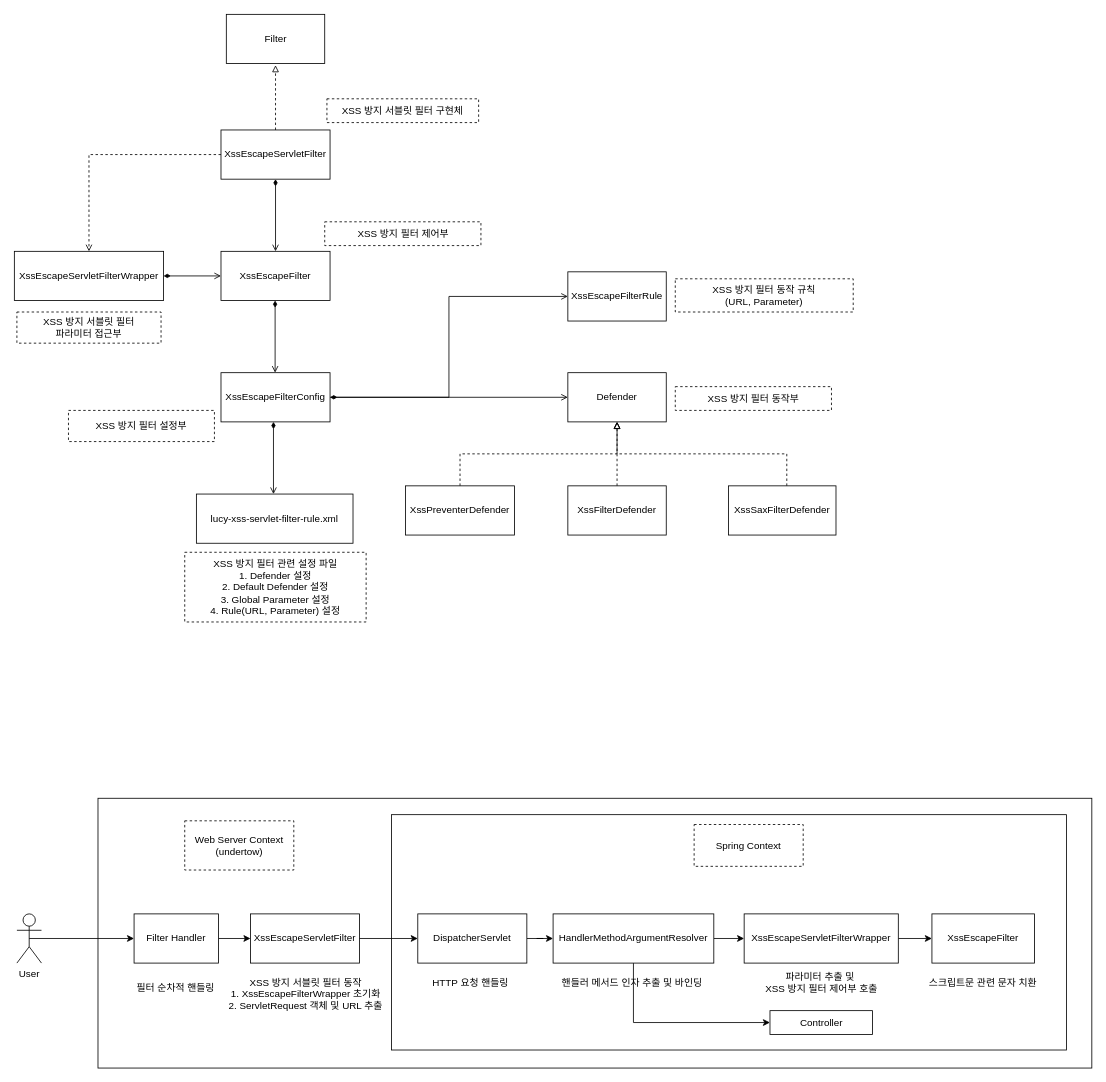
Earlier version of the draw.io diagram page "Page-9" (9 of 14) of Untitled Diagram.drawio (ikjo93/Class-Diagram). Source tidied: cells renumbered, new cells numbered last; positions are measured from the earlier drawing's top-left corner, leaving out a move shared by most shapes. Both pictures are drawn from the tidied source at 82%, with x=0, y=0 at pixel (14, 14).
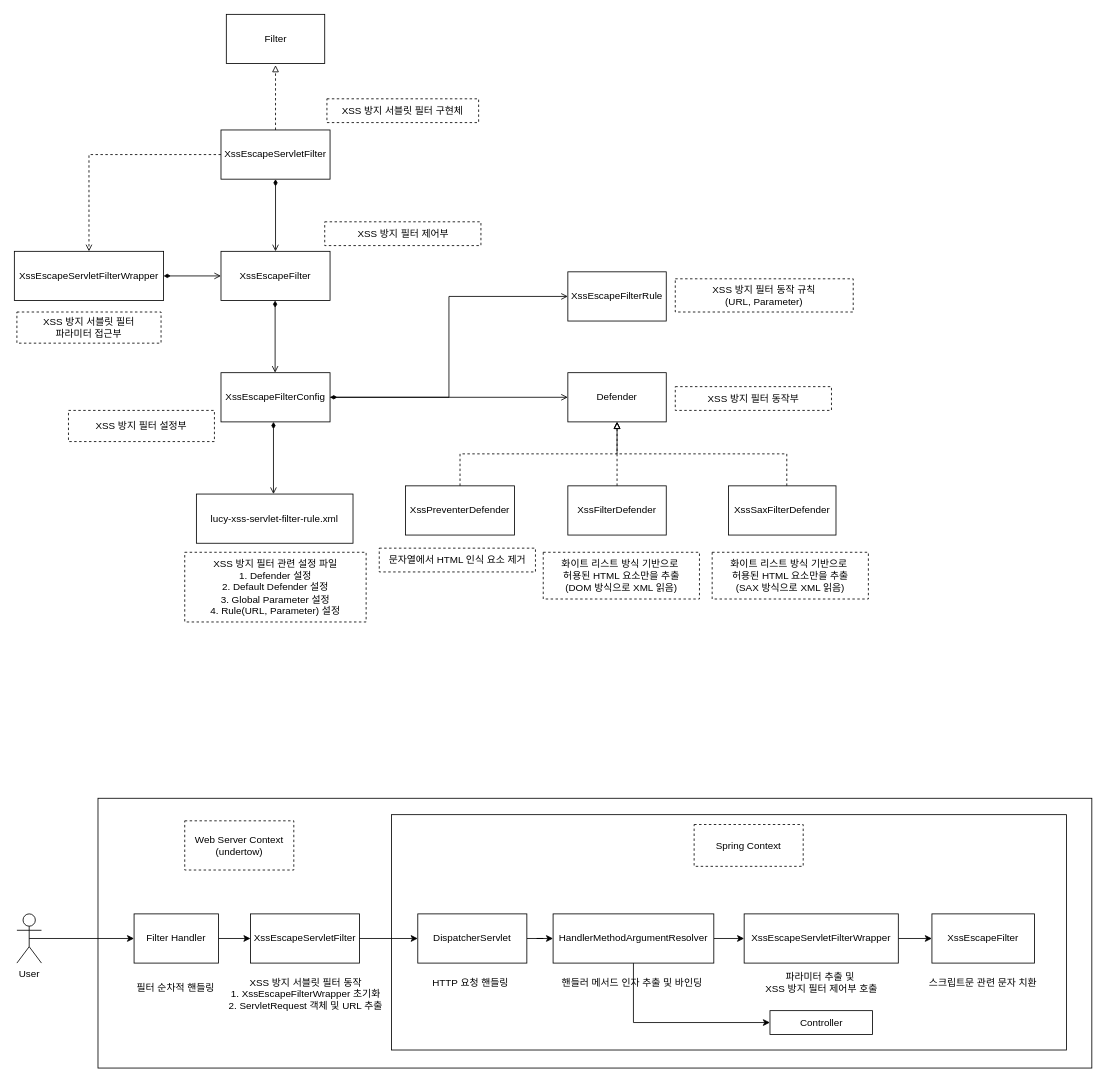
The same diagram, later.

Change to the diagram source:
```diff
@@
+    <mxCell id="56" value="문자열에서 HTML 인식 요소 제거" style="text;html=1;align=center;verticalAlign=middle;whiteSpace=wrap;rounded=0;strokeColor=default;dashed=1;" parent="1" vertex="1">
+      <mxGeometry x="445" y="651" width="190.5" height="29" as="geometry" />
+    </mxCell>
+    <mxCell id="57" value="화이트 리스트 방식 기반으로&amp;nbsp;&lt;div&gt;허용된 HTML 요소만을 추출&lt;/div&gt;&lt;div&gt;(DOM 방식으로 XML 읽음)&lt;/div&gt;" style="text;html=1;align=center;verticalAlign=middle;whiteSpace=wrap;rounded=0;strokeColor=default;dashed=1;" parent="1" vertex="1">
+      <mxGeometry x="645" y="656" width="190.5" height="57" as="geometry" />
+    </mxCell>
+    <mxCell id="58" value="화이트 리스트 방식 기반으로&amp;nbsp;&lt;div&gt;허용된 HTML 요소만을 추출&lt;/div&gt;&lt;div&gt;(SAX 방식으로 XML 읽음)&lt;/div&gt;" style="text;html=1;align=center;verticalAlign=middle;whiteSpace=wrap;rounded=0;strokeColor=default;dashed=1;" parent="1" vertex="1">
+      <mxGeometry x="851" y="656" width="190.5" height="57" as="geometry" />
+    </mxCell>
```
